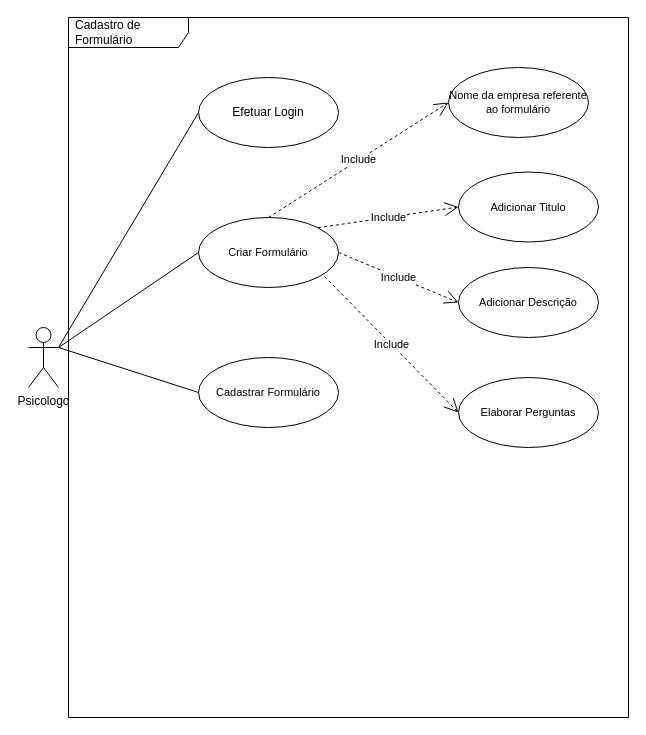
This is use-case-formulario.drawio from charlesYS/use-case-chillout, a draw.io file, before an edit. Source tidied: cells renumbered, new cells numbered last; positions are measured from the earlier drawing's top-left corner, leaving out a move shared by most shapes. Both pictures are drawn from the tidied source at 100%, with x=0, y=0 at pixel (28, 17).
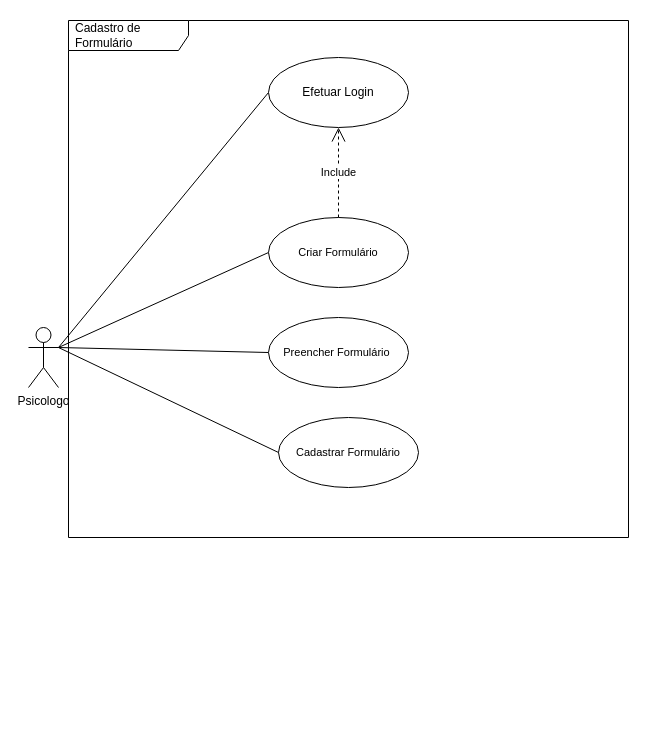
The same page after the edit.

Diff of the diagram source:
```diff
@@
 <mxGraphModel>
   <root>
     <mxCell id="0" />
     <mxCell id="1" parent="0" />
     <mxCell id="2" style="edgeStyle=none;shape=connector;rounded=0;jettySize=auto;html=1;exitX=1;exitY=0.3333333333333333;exitDx=0;exitDy=0;exitPerimeter=0;entryX=0;entryY=0.5;entryDx=0;entryDy=0;labelBackgroundColor=default;fontFamily=Helvetica;fontSize=11;fontColor=default;endArrow=none;strokeColor=default;" parent="1" edge="1" source="4" target="8">
       <mxGeometry relative="1" as="geometry" />
     </mxCell>
     <mxCell id="3" style="edgeStyle=none;shape=connector;rounded=0;jettySize=auto;html=1;exitX=1;exitY=0.3333333333333333;exitDx=0;exitDy=0;exitPerimeter=0;entryX=0;entryY=0.5;entryDx=0;entryDy=0;labelBackgroundColor=default;fontFamily=Helvetica;fontSize=11;fontColor=default;endArrow=none;strokeColor=default;" parent="1" edge="1" source="4" target="17">
       <mxGeometry relative="1" as="geometry" />
     </mxCell>
+    <mxCell id="18" style="edgeStyle=none;shape=connector;rounded=0;jettySize=auto;html=1;exitX=1;exitY=0.3333333333333333;exitDx=0;exitDy=0;exitPerimeter=0;entryX=0;entryY=0.5;entryDx=0;entryDy=0;labelBackgroundColor=default;fontFamily=Helvetica;fontSize=11;fontColor=default;endArrow=none;strokeColor=default;" parent="1" edge="1" source="4" target="13">
+      <mxGeometry relative="1" as="geometry" />
+    </mxCell>
     <mxCell id="4" value="Psicologo&lt;br&gt;" style="shape=umlActor;verticalLabelPosition=bottom;verticalAlign=top;html=1;" parent="1" vertex="1">
       <mxGeometry y="310" width="30" height="60" as="geometry" />
     </mxCell>
     <mxCell id="5" value="Cadastro de Formulário" style="shape=umlFrame;whiteSpace=wrap;html=1;width=120;height=30;boundedLbl=1;verticalAlign=middle;align=left;spacingLeft=5;" parent="1" vertex="1">
-      <mxGeometry x="40" width="560" height="700" as="geometry" />
+      <mxGeometry x="40" y="3" width="560" height="517" as="geometry" />
     </mxCell>
     <mxCell id="6" value="Cadastrar Formulário" style="ellipse;whiteSpace=wrap;html=1;fontFamily=Helvetica;fontSize=11;fontColor=default;" parent="1" vertex="1">
-      <mxGeometry x="170" y="340" width="140" height="70" as="geometry" />
+      <mxGeometry x="250" y="400" width="140" height="70" as="geometry" />
     </mxCell>
     <mxCell id="7" style="endArrow=none;html=1;rounded=0;entryX=0;entryY=0.5;entryDx=0;entryDy=0;exitX=1;exitY=0.3333333333333333;exitDx=0;exitDy=0;exitPerimeter=0;" parent="1" edge="1" source="4" target="6">
       <mxGeometry relative="1" as="geometry" />
     </mxCell>
     <mxCell id="8" value="Criar Formulário" style="ellipse;whiteSpace=wrap;html=1;fontFamily=Helvetica;fontSize=11;fontColor=default;" parent="1" vertex="1">
-      <mxGeometry x="170" y="200" width="140" height="70" as="geometry" />
+      <mxGeometry x="240" y="200" width="140" height="70" as="geometry" />
     </mxCell>
-    <mxCell id="9" value="Adicionar Titulo" style="ellipse;whiteSpace=wrap;html=1;fontFamily=Helvetica;fontSize=11;fontColor=default;" parent="1" vertex="1">
-      <mxGeometry x="430" y="154.5" width="140" height="70" as="geometry" />
-    </mxCell>
-    <mxCell id="10" value="Adicionar Descrição" style="ellipse;whiteSpace=wrap;html=1;fontFamily=Helvetica;fontSize=11;fontColor=default;" parent="1" vertex="1">
-      <mxGeometry x="430" y="250" width="140" height="70" as="geometry" />
-    </mxCell>
-    <mxCell id="11" value="Include" style="endArrow=open;endSize=12;dashed=1;html=1;rounded=0;labelBackgroundColor=default;fontFamily=Helvetica;fontSize=11;fontColor=default;strokeColor=default;shape=connector;entryX=0;entryY=0.5;entryDx=0;entryDy=0;exitX=1;exitY=0;exitDx=0;exitDy=0;" parent="1" edge="1" source="8" target="9">
-      <mxGeometry relative="1" as="geometry" />
-    </mxCell>
-    <mxCell id="12" value="Include" style="endArrow=open;endSize=12;dashed=1;html=1;rounded=0;labelBackgroundColor=default;fontFamily=Helvetica;fontSize=11;fontColor=default;strokeColor=default;shape=connector;entryX=0;entryY=0.5;entryDx=0;entryDy=0;exitX=1;exitY=0.5;exitDx=0;exitDy=0;" parent="1" edge="1" source="8" target="10">
-      <mxGeometry relative="1" as="geometry" />
-    </mxCell>
-    <mxCell id="13" value="Elaborar Perguntas" style="ellipse;whiteSpace=wrap;html=1;fontFamily=Helvetica;fontSize=11;fontColor=default;" parent="1" vertex="1">
-      <mxGeometry x="430" y="360" width="140" height="70" as="geometry" />
+    <mxCell id="13" value="Preencher Formulário&amp;nbsp;" style="ellipse;whiteSpace=wrap;html=1;fontFamily=Helvetica;fontSize=11;fontColor=default;" parent="1" vertex="1">
+      <mxGeometry x="240" y="300" width="140" height="70" as="geometry" />
     </mxCell>
-    <mxCell id="14" value="Include" style="endArrow=open;endSize=12;dashed=1;html=1;rounded=0;labelBackgroundColor=default;fontFamily=Helvetica;fontSize=11;fontColor=default;strokeColor=default;shape=connector;entryX=0;entryY=0.5;entryDx=0;entryDy=0;exitX=0.9;exitY=0.843;exitDx=0;exitDy=0;exitPerimeter=0;" parent="1" edge="1" source="8" target="13">
-      <mxGeometry relative="1" as="geometry" />
-    </mxCell>
-    <mxCell id="15" value="Nome da empresa referente ao formulário" style="ellipse;whiteSpace=wrap;html=1;fontFamily=Helvetica;fontSize=11;fontColor=default;" parent="1" vertex="1">
-      <mxGeometry x="420" y="50" width="140" height="70" as="geometry" />
-    </mxCell>
-    <mxCell id="16" value="Include" style="endArrow=open;endSize=12;dashed=1;html=1;rounded=0;labelBackgroundColor=default;fontFamily=Helvetica;fontSize=11;fontColor=default;strokeColor=default;shape=connector;entryX=0;entryY=0.5;entryDx=0;entryDy=0;exitX=0.5;exitY=0;exitDx=0;exitDy=0;" parent="1" edge="1" source="8" target="15">
-      <mxGeometry relative="1" as="geometry" />
-    </mxCell>
     <mxCell id="17" value="Efetuar Login" style="ellipse;whiteSpace=wrap;html=1;" parent="1" vertex="1">
-      <mxGeometry x="170" y="60" width="140" height="70" as="geometry" />
+      <mxGeometry x="240" y="40" width="140" height="70" as="geometry" />
     </mxCell>
+    <mxCell id="19" value="Include" style="endArrow=open;endSize=12;dashed=1;html=1;rounded=0;" parent="1" edge="1" source="8" target="17">
+      <mxGeometry relative="1" as="geometry" />
+    </mxCell>
   </root>
 </mxGraphModel>
```
